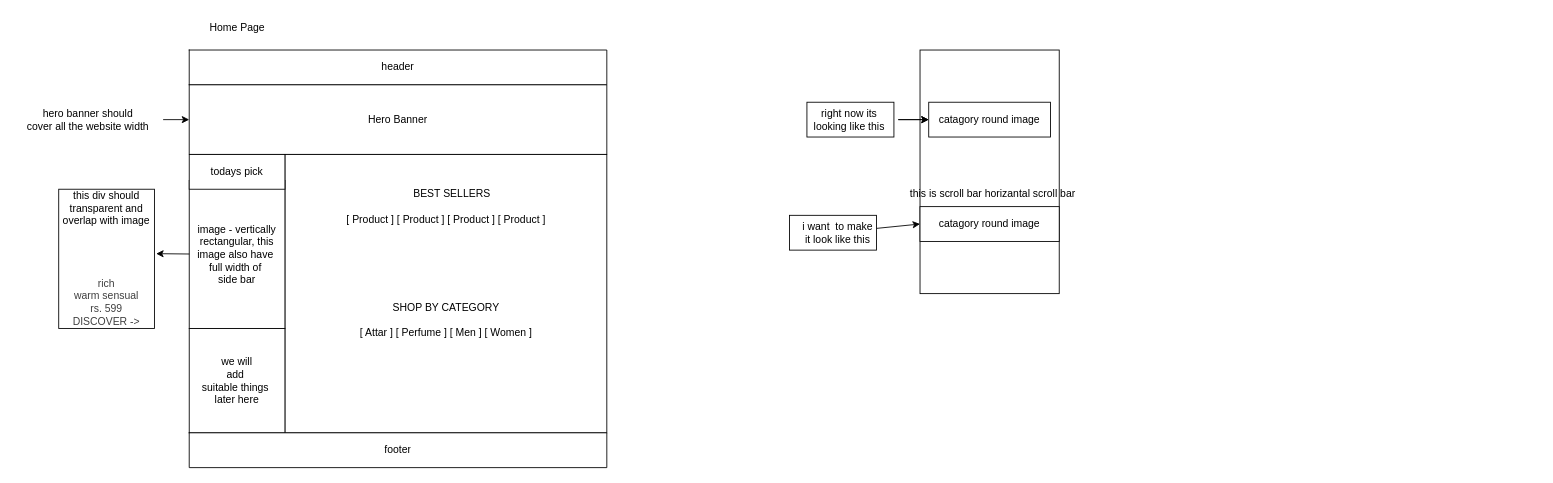
This is test.drawio from prameshwro07/sugandha, a draw.io file, before an edit. Source tidied: cells renumbered, new cells numbered last; positions are measured from the earlier drawing's top-left corner, leaving out a move shared by most shapes. Both pictures are drawn from the tidied source at 87%, with x=0, y=0 at pixel (15, 15).
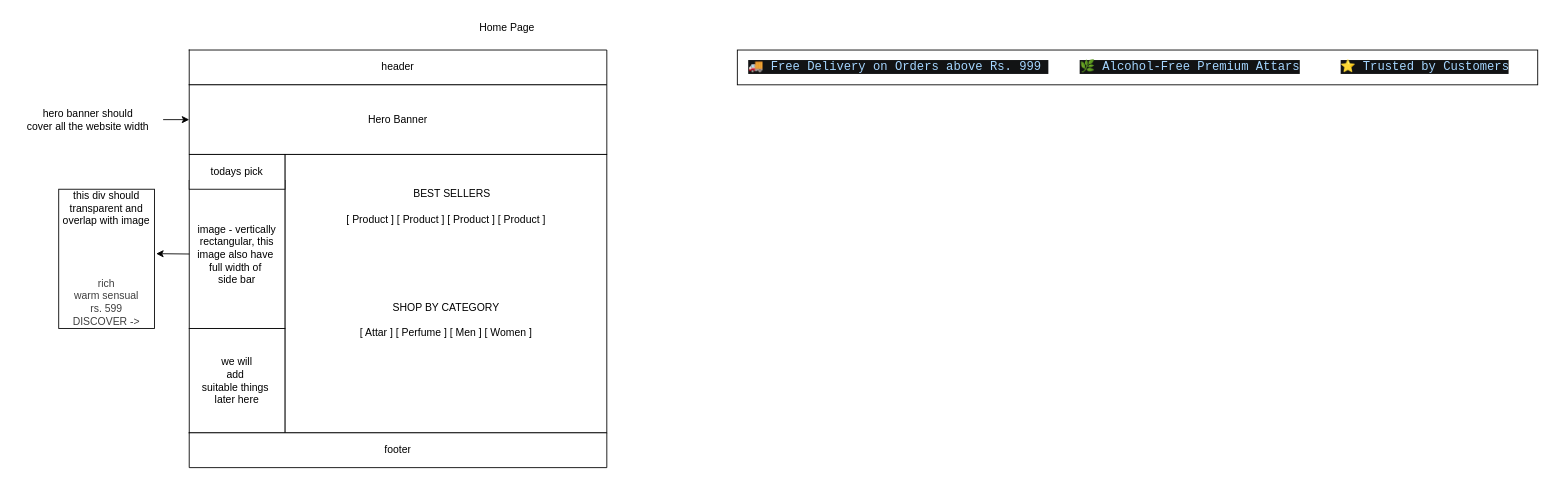
After the change.

The edit, as a diff of the source:
```diff
@@
     <mxCell id="11" style="whiteSpace=wrap;html=1;" parent="1" vertex="1">
-      <mxGeometry x="1040" y="40" width="160" height="280" as="geometry" />
+      <mxGeometry x="830" y="40" width="920" height="40" as="geometry" />
     </mxCell>
@@
-    <mxCell id="13" style="whiteSpace=wrap;html=1;" parent="1" vertex="1">
-      <mxGeometry x="910" y="100" width="100" height="40" as="geometry" />
-    </mxCell>
-    <mxCell id="14" style="edgeStyle=none;html=1;entryX=0;entryY=0.5;entryDx=0;entryDy=0;" parent="1" edge="1" source="15" target="16">
-      <mxGeometry relative="1" as="geometry" />
-    </mxCell>
-    <mxCell id="15" style="whiteSpace=wrap;html=1;" parent="1" vertex="1">
-      <mxGeometry x="890" y="230" width="100" height="40" as="geometry" />
-    </mxCell>
-    <mxCell id="16" value="catagory round image" style="whiteSpace=wrap;html=1;" parent="1" vertex="1">
-      <mxGeometry x="1040" y="220" width="160" height="40" as="geometry" />
-    </mxCell>
@@
     <mxCell id="18" value="Home Page" style="text;html=1;align=center;verticalAlign=middle;strokeColor=none;fillColor=none;" parent="1" vertex="1">
-      <mxGeometry x="210" width="90" height="30" as="geometry" />
+      <mxGeometry x="520" width="90" height="30" as="geometry" />
     </mxCell>
@@
-    <mxCell id="27" value="catagory round image" style="whiteSpace=wrap;html=1;" parent="1" vertex="1">
-      <mxGeometry x="1050" y="100" width="140" height="40" as="geometry" />
-    </mxCell>
-    <mxCell id="28" style="edgeStyle=none;html=1;entryX=0;entryY=0.5;entryDx=0;entryDy=0;" parent="1" edge="1" source="30" target="27">
-      <mxGeometry relative="1" as="geometry" />
-    </mxCell>
-    <mxCell id="29" style="edgeStyle=none;html=1;entryX=0;entryY=0.5;entryDx=0;entryDy=0;" parent="1" edge="1" source="30" target="27">
-      <mxGeometry relative="1" as="geometry" />
-    </mxCell>
-    <mxCell id="30" value="right now its&amp;nbsp;&lt;div&gt;looking like this&amp;nbsp;&lt;/div&gt;" style="text;html=1;align=center;verticalAlign=middle;points=[];strokeColor=none;fillColor=none;" parent="1" vertex="1">
-      <mxGeometry x="905" y="100" width="110" height="40" as="geometry" />
-    </mxCell>
-    <mxCell id="31" value="i want&amp;nbsp; to make&lt;div&gt;it look like this&lt;/div&gt;" style="text;html=1;align=center;verticalAlign=middle;strokeColor=none;fillColor=none;" parent="1" vertex="1">
-      <mxGeometry x="895" y="230" width="100" height="40" as="geometry" />
-    </mxCell>
-    <mxCell id="32" value="this is scroll bar horizantal scroll bar&amp;nbsp;" style="text;html=1;align=center;verticalAlign=middle;strokeColor=none;fillColor=none;" parent="1" vertex="1">
-      <mxGeometry x="1015" y="190" width="220" height="30" as="geometry" />
-    </mxCell>
+    <mxCell id="33" value="&lt;span style=&quot;color: rgb(165, 214, 255); font-family: &amp;quot;Droid Sans Mono&amp;quot;, monospace; font-size: 14px; white-space: pre; background-color: rgb(18, 19, 20);&quot;&gt;🚚 Free Delivery on Orders above Rs. 999 &lt;/span&gt;" style="text;html=1;align=center;verticalAlign=middle;strokeColor=none;fillColor=none;" parent="1" vertex="1">
+      <mxGeometry x="830" y="45" width="370" height="30" as="geometry" />
+    </mxCell>
+    <mxCell id="34" value="&lt;span style=&quot;color: rgb(165, 214, 255); font-family: &amp;quot;Droid Sans Mono&amp;quot;, monospace; font-size: 14px; white-space: pre; background-color: rgb(18, 19, 20);&quot;&gt;🌿 Alcohol-Free Premium Attars&lt;/span&gt;" style="text;html=1;align=center;verticalAlign=middle;strokeColor=none;fillColor=none;" parent="1" vertex="1">
+      <mxGeometry x="1210" y="45" width="280" height="30" as="geometry" />
+    </mxCell>
+    <mxCell id="35" value="&lt;span style=&quot;color: rgb(165, 214, 255); font-family: &amp;quot;Droid Sans Mono&amp;quot;, monospace; font-size: 14px; white-space: pre; background-color: rgb(18, 19, 20);&quot;&gt;⭐ Trusted by Customers&lt;/span&gt;" style="text;html=1;align=center;verticalAlign=middle;strokeColor=none;fillColor=none;" parent="1" vertex="1">
+      <mxGeometry x="1510" y="45" width="220" height="30" as="geometry" />
+    </mxCell>
```
